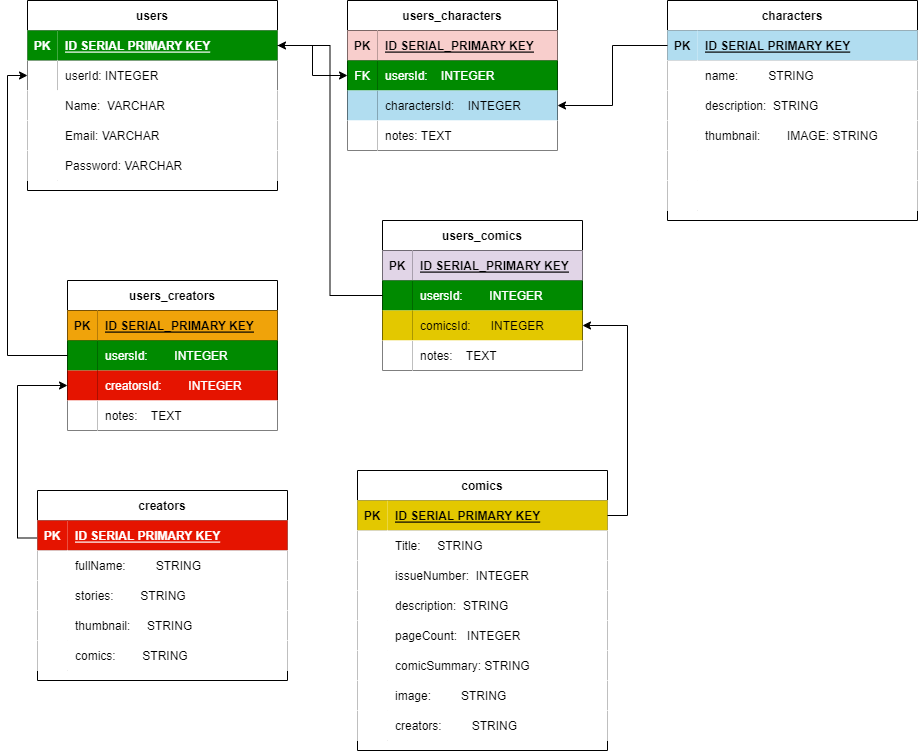
The draw.io diagram ERD.drawio.png in Luflos/marvel-characters-galore, before a commit. Source tidied: cells renumbered, new cells last; positions are measured from the earlier drawing's top-left corner, leaving out a move shared by most shapes.
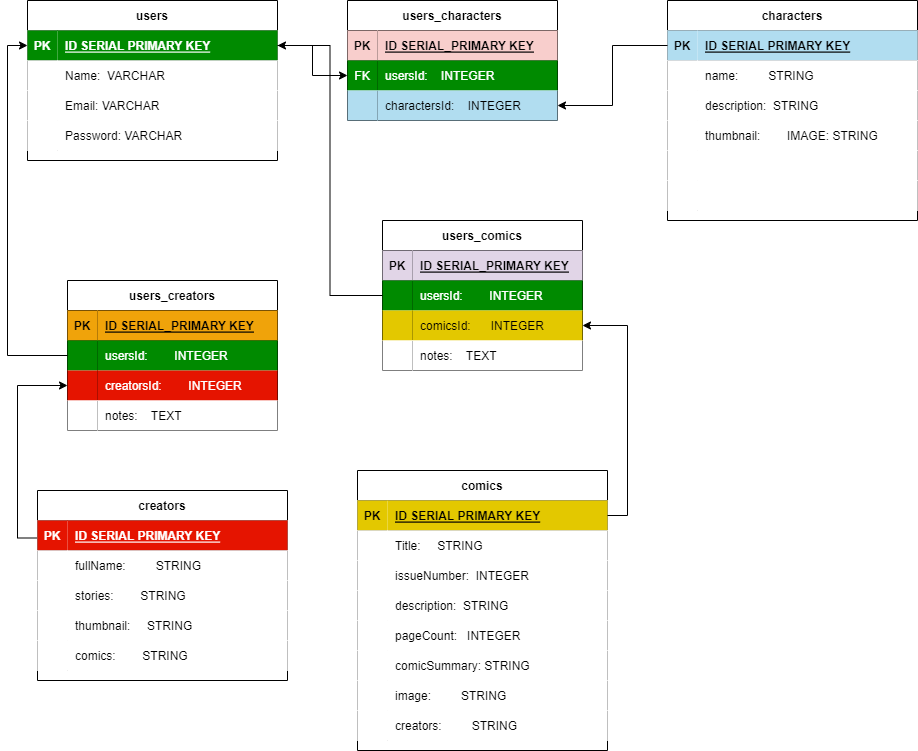
Above is the later version.

Change to the diagram source:
```diff
@@ -78,7 +78,7 @@
       <mxGeometry x="30" width="220" height="30" as="geometry" />
     </mxCell>
     <mxCell id="27" value="users" style="shape=table;startSize=30;rowLines=0;fontStyle=1;align=center;" parent="1" vertex="1">
-      <mxGeometry width="250" height="190" as="geometry" />
+      <mxGeometry width="250" height="160" as="geometry" />
     </mxCell>
     <mxCell id="28" style="shape=partialRectangle;points=[[0,0.5],[1,0.5]];portConstraint=eastwest;top=0;left=0;right=0;bottom=1;" parent="27" vertex="1">
       <mxGeometry y="30" width="250" height="30" as="geometry" />
@@ -89,17 +89,8 @@
     <mxCell id="30" value="ID SERIAL PRIMARY KEY" style="shape=partialRectangle;overflow=hidden;top=0;left=0;bottom=0;right=0;align=left;spacingLeft=6;fontStyle=5;labelBackgroundColor=none;fontColor=#ffffff;fillColor=#008a00;strokeColor=#005700;" parent="28" vertex="1">
       <mxGeometry x="30" width="220" height="30" as="geometry" />
     </mxCell>
-    <mxCell id="31" style="shape=tableRow;horizontal=0;startSize=0;swimlaneHead=0;swimlaneBody=0;fillColor=none;points=[[0,0.5],[1,0.5]];portConstraint=eastwest;top=0;left=0;right=0;bottom=0;" parent="27" vertex="1">
-      <mxGeometry y="60" width="250" height="30" as="geometry" />
-    </mxCell>
-    <mxCell id="32" style="shape=partialRectangle;top=0;left=0;bottom=0;right=0;overflow=hidden;" parent="31" vertex="1">
-      <mxGeometry width="30" height="30" as="geometry" />
-    </mxCell>
-    <mxCell id="33" value="userId: INTEGER" style="shape=partialRectangle;top=0;left=0;bottom=0;right=0;align=left;spacingLeft=6;overflow=hidden;" parent="31" vertex="1">
-      <mxGeometry x="30" width="220" height="30" as="geometry" />
-    </mxCell>
     <mxCell id="34" style="shape=partialRectangle;top=0;left=0;right=0;bottom=0;" parent="27" vertex="1">
-      <mxGeometry y="90" width="250" height="30" as="geometry" />
+      <mxGeometry y="60" width="250" height="30" as="geometry" />
     </mxCell>
     <mxCell id="35" style="shape=partialRectangle;overflow=hidden;top=0;left=0;bottom=0;right=0;" parent="34" vertex="1">
       <mxGeometry width="30" height="30" as="geometry" />
@@ -108,7 +99,7 @@
       <mxGeometry x="30" width="220" height="30" as="geometry" />
     </mxCell>
     <mxCell id="37" style="shape=tableRow;horizontal=0;startSize=0;swimlaneHead=0;swimlaneBody=0;top=0;left=0;right=0;bottom=0;" parent="27" vertex="1">
-      <mxGeometry y="120" width="250" height="30" as="geometry" />
+      <mxGeometry y="90" width="250" height="30" as="geometry" />
     </mxCell>
     <mxCell id="38" style="shape=partialRectangle;top=0;left=0;bottom=0;right=0;overflow=hidden;" parent="37" vertex="1">
       <mxGeometry width="30" height="30" as="geometry" />
@@ -117,7 +108,7 @@
       <mxGeometry x="30" width="220" height="30" as="geometry" />
     </mxCell>
     <mxCell id="40" style="shape=tableRow;horizontal=0;startSize=0;swimlaneHead=0;swimlaneBody=0;top=0;left=0;right=0;bottom=0;" parent="27" vertex="1">
-      <mxGeometry y="150" width="250" height="30" as="geometry" />
+      <mxGeometry y="120" width="250" height="30" as="geometry" />
     </mxCell>
     <mxCell id="41" style="shape=partialRectangle;top=0;left=0;bottom=0;right=0;overflow=hidden;" parent="40" vertex="1">
       <mxGeometry width="30" height="30" as="geometry" />
@@ -167,7 +158,7 @@
     <mxCell id="56" style="shape=tableRow;horizontal=0;startSize=0;swimlaneHead=0;swimlaneBody=0;top=0;left=0;right=0;bottom=0;" parent="43" vertex="1">
       <mxGeometry y="150" width="250" height="30" as="geometry" />
     </mxCell>
-    <mxCell id="57" style="shape=partialRectangle;top=0;left=0;bottom=0;right=0;overflow=hidden;" parent="56" vertex="1">
+    <mxCell id="57" value="                    " style="shape=partialRectangle;top=0;left=0;bottom=0;right=0;overflow=hidden;" parent="56" vertex="1">
       <mxGeometry width="30" height="30" as="geometry" />
     </mxCell>
     <mxCell id="58" style="shape=partialRectangle;top=0;left=0;bottom=0;right=0;align=left;spacingLeft=6;overflow=hidden;" parent="56" vertex="1">
@@ -234,7 +225,7 @@
       <mxGeometry x="30" width="220" height="30" as="geometry" />
     </mxCell>
     <mxCell id="79" value="users_characters" style="shape=table;startSize=30;rowLines=0;fontStyle=1;align=center;" parent="1" vertex="1">
-      <mxGeometry x="320" width="210" height="150" as="geometry" />
+      <mxGeometry x="320" width="210" height="120" as="geometry" />
     </mxCell>
     <mxCell id="80" style="shape=tableRow;horizontal=0;startSize=0;swimlaneHead=0;swimlaneBody=0;fillColor=none;top=0;left=0;right=0;bottom=1;" parent="79" vertex="1">
       <mxGeometry y="30" width="210" height="30" as="geometry" />
@@ -263,15 +254,6 @@
     <mxCell id="88" value="charactersId:    INTEGER" style="shape=partialRectangle;top=0;left=0;bottom=0;right=0;align=left;spacingLeft=6;overflow=hidden;fillColor=#b1ddf0;strokeColor=#10739e;" parent="86" vertex="1">
       <mxGeometry x="30" width="180" height="30" as="geometry" />
     </mxCell>
-    <mxCell id="89" style="shape=tableRow;horizontal=0;startSize=0;swimlaneHead=0;swimlaneBody=0;fillColor=none;top=0;left=0;right=0;bottom=0;" parent="79" vertex="1">
-      <mxGeometry y="120" width="210" height="30" as="geometry" />
-    </mxCell>
-    <mxCell id="90" style="shape=partialRectangle;top=0;left=0;bottom=0;right=0;overflow=hidden;" parent="89" vertex="1">
-      <mxGeometry width="30" height="30" as="geometry" />
-    </mxCell>
-    <mxCell id="91" value="notes: TEXT" style="shape=partialRectangle;top=0;left=0;bottom=0;right=0;align=left;spacingLeft=6;overflow=hidden;" parent="89" vertex="1">
-      <mxGeometry x="30" width="180" height="30" as="geometry" />
-    </mxCell>
     <mxCell id="92" value="users_comics" style="shape=table;startSize=30;rowLines=0;fontStyle=1;align=center;" parent="1" vertex="1">
       <mxGeometry x="355" y="220" width="200" height="150" as="geometry" />
     </mxCell>
@@ -362,8 +344,8 @@
     <mxCell id="121" style="edgeStyle=orthogonalEdgeStyle;rounded=0;jettySize=auto;html=1;exitX=0;exitY=0.5;exitDx=0;exitDy=0;entryX=1;entryY=0.5;entryDx=0;entryDy=0;" parent="1" edge="1" source="96" target="28">
       <mxGeometry relative="1" as="geometry" />
     </mxCell>
-    <mxCell id="122" style="edgeStyle=orthogonalEdgeStyle;rounded=0;jettySize=auto;html=1;exitX=0;exitY=0.5;exitDx=0;exitDy=0;entryX=0;entryY=0.5;entryDx=0;entryDy=0;" parent="1" edge="1" source="109" target="31">
-      <mxGeometry relative="1" as="geometry" />
-    </mxCell>
+    <mxCell id="123" style="edgeStyle=orthogonalEdgeStyle;rounded=0;jettySize=auto;html=1;exitX=0;exitY=0.5;exitDx=0;exitDy=0;entryX=0;entryY=0.5;entryDx=0;entryDy=0;" parent="1" edge="1" source="109" target="28">
+      <mxGeometry relative="1" as="geometry" />
+    </mxCell>
   </root>
 </mxGraphModel>
```
